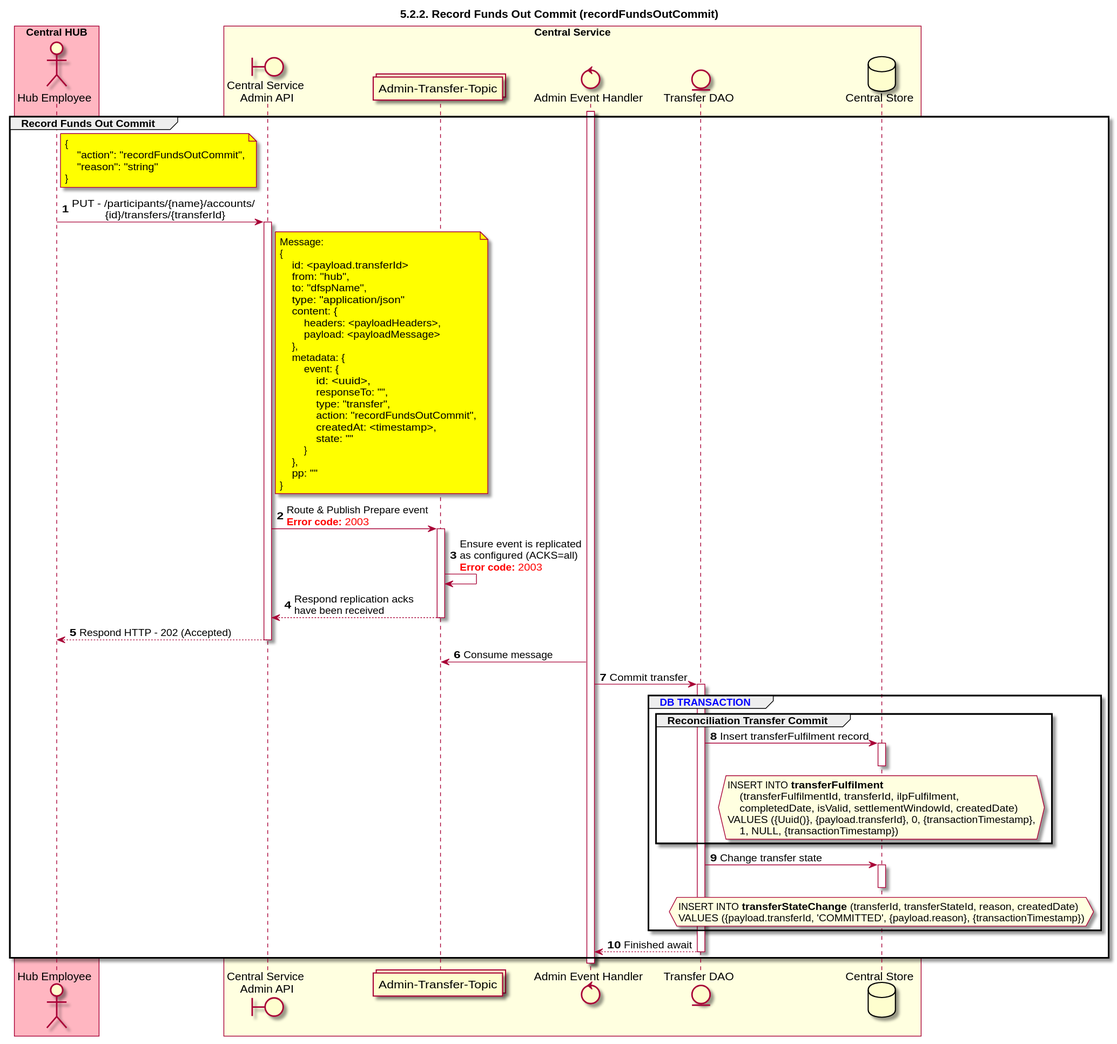
Before: Diagrams/SequenceDiagrams/seq-recfunds-5.2.2-out-commit.svg, a diagram exported from PlantUML (ggrg/docs).
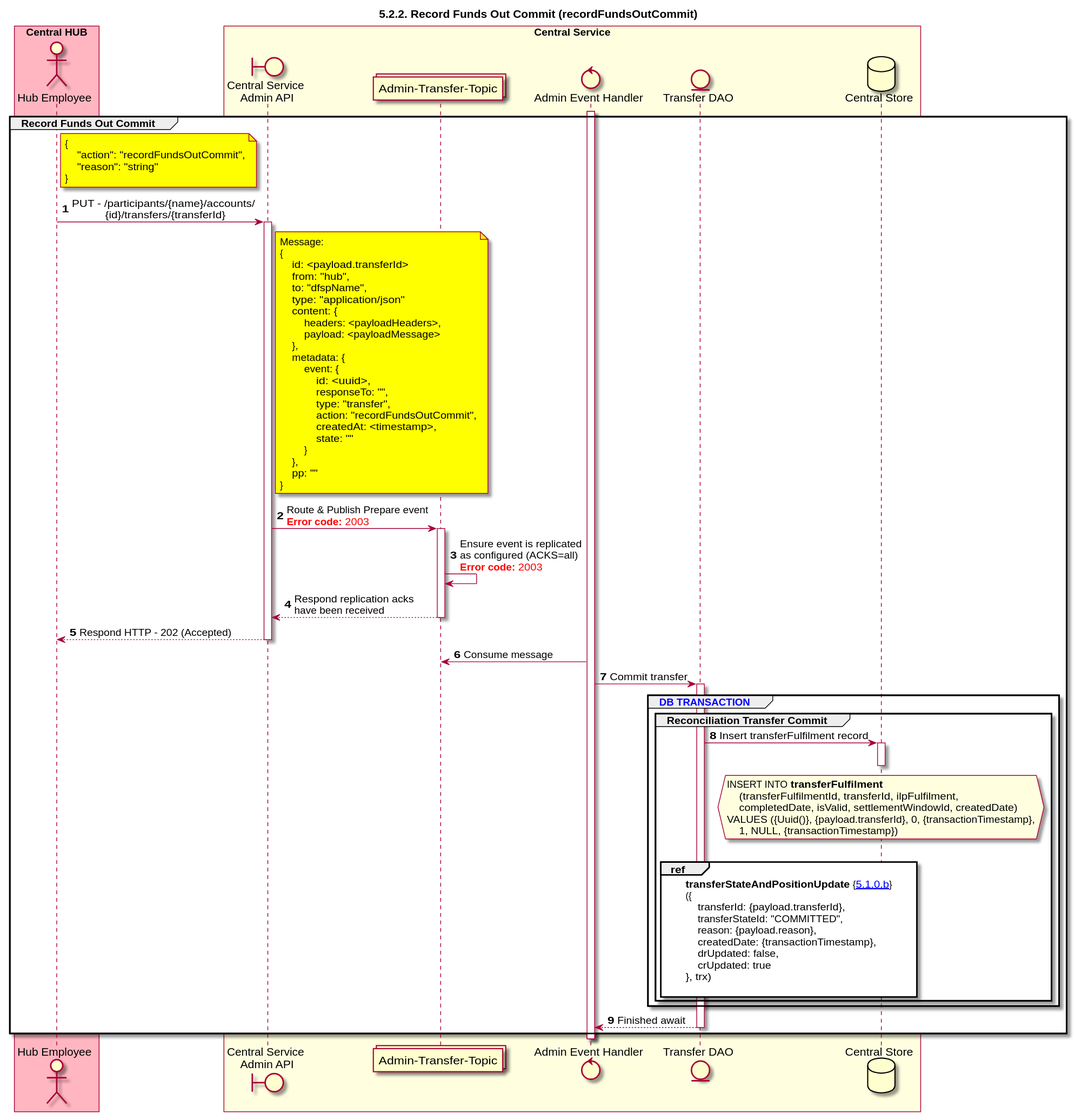
After the commit.

Diff of the diagram source:
```diff
@@ -81,16 +81,9 @@
                 VALUES ({Uuid()}, {payload.transferId}, 0, {transactionTimestamp},
                     1, NULL, {transactionTimestamp})
             end hnote
+            |||
+            ref over TRANSFER_DAO, DB:**transferStateAndPositionUpdate** {[[https://github.com/mojaloop/docs/blob/develop/Diagrams/SequenceDiagrams/seq-recfunds-5.1.0.b-transferStateAndPositionUpdate.svg 5.1.0.b]]} \n({\n    transferId: {payload.transferId},\n    transferStateId: "COMMITTED",\n    reason: {payload.reason},\n    createdDate: {transactionTimestamp},\n    drUpdated: false,\n    crUpdated: true\n}, trx)\n
         end
-
-        TRANSFER_DAO -> DB: Change transfer state
-        activate DB
-        deactivate DB
-        hnote over DB #lightyellow
-            INSERT INTO **transferStateChange** (transferId, transferStateId, reason, createdDate)
-            VALUES ({payload.transferId, 'COMMITTED', {payload.reason}, {transactionTimestamp})
-        end hnote
-
     end
     ADMIN_HANDLER <-- TRANSFER_DAO: Finished await
     deactivate TRANSFER_DAO
```
